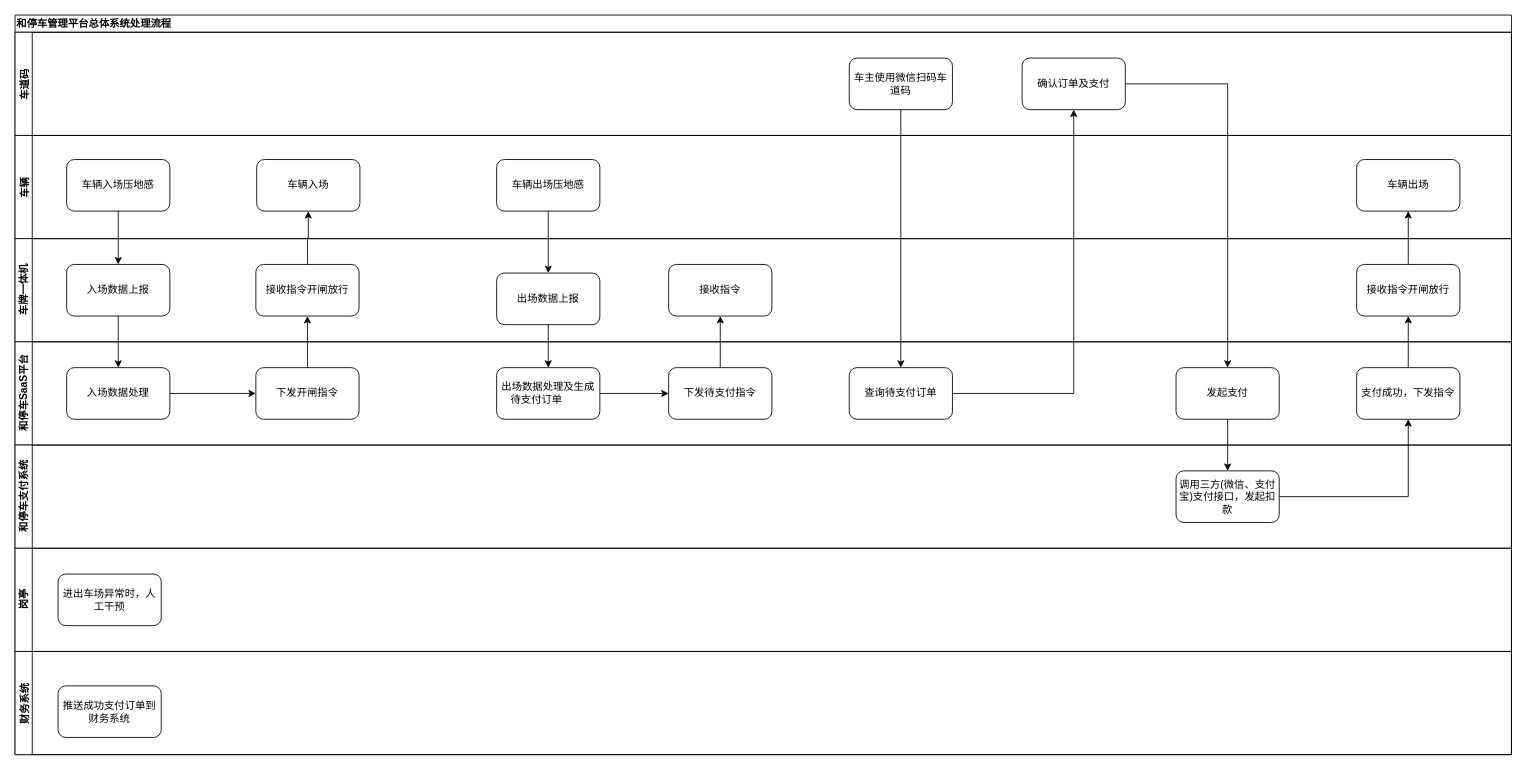
yywyuwei/BusinessProcess keeps this draw.io diagram as page "总体系统处理流程图" (1 of 4) of hg/sm@rtpark/Untitled Diagram.drawio. Above is the earlier version. Source tidied: cells renumbered, new cells numbered last; positions are measured from the earlier drawing's top-left corner, leaving out a move shared by most shapes. Both pictures are drawn from the tidied source at 86%, with x=0, y=0 at pixel (15, 15).
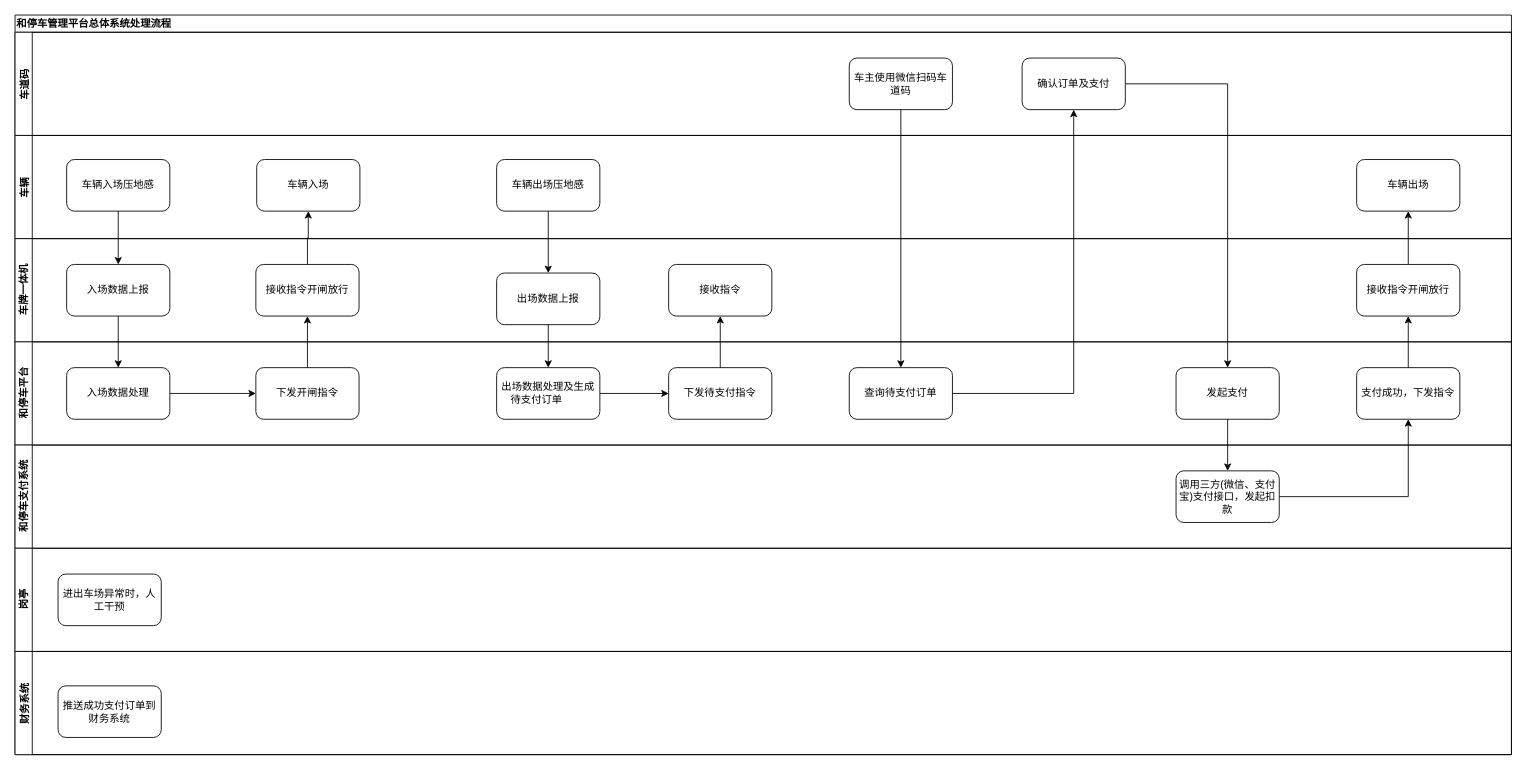
After the change.

Unchanged cells that the change refers to:
```xml
<mxCell id="2" value="&lt;div&gt;和停车管理平台总体系统处理流程&lt;/div&gt;" style="swimlane;html=1;horizontal=1;startSize=20;rounded=0;shadow=0;sketch=0;glass=0;align=left;" parent="1" vertex="1">
  <mxGeometry width="1740" height="860" as="geometry" />
</mxCell>
```

What changed in the source:
```diff
@@
-    <mxCell id="17" value="和停车SaaS平台" style="swimlane;html=1;startSize=20;horizontal=0;" parent="2" vertex="1">
+    <mxCell id="17" value="&lt;div&gt;和停车平台&lt;/div&gt;" style="swimlane;html=1;startSize=20;horizontal=0;" parent="2" vertex="1">
       <mxGeometry y="380" width="1740" height="120" as="geometry" />
     </mxCell>
```
